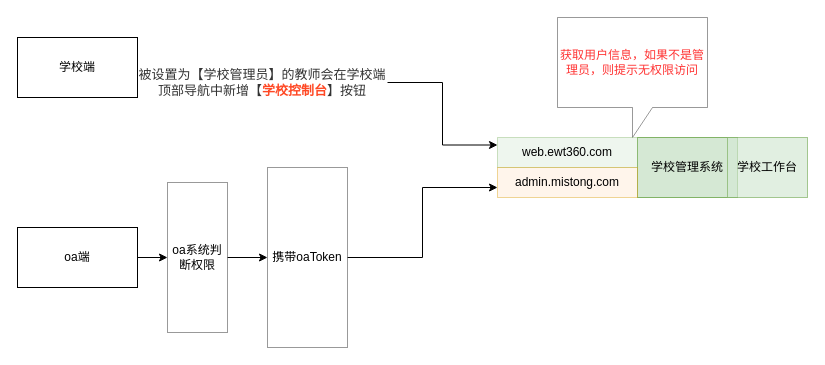
This is Untitled Diagram.drawio from jinlianglou/my_workdir_exe, a draw.io file, before an edit. Source tidied: cells renumbered, new cells numbered last; positions are measured from the earlier drawing's top-left corner, leaving out a move shared by most shapes. Both pictures are drawn from the tidied source at 100%, with x=0, y=0 at pixel (17, 17).
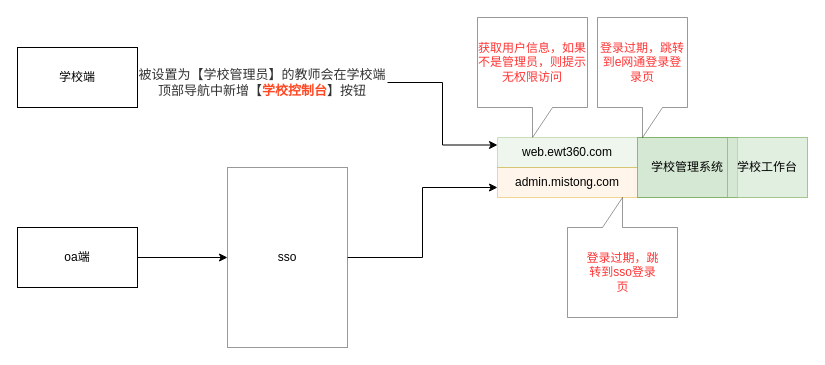
The same page after the edit.

Change to the diagram source:
```diff
@@
 <mxGraphModel>
   <root>
     <mxCell id="0" />
     <mxCell id="1" parent="0" />
     <mxCell id="2" value="学校端" style="rounded=0;whiteSpace=wrap;html=1;" parent="1" vertex="1">
-      <mxGeometry y="20" width="120" height="60" as="geometry" />
+      <mxGeometry y="30" width="120" height="60" as="geometry" />
     </mxCell>
-    <mxCell id="3" style="edgeStyle=orthogonalEdgeStyle;rounded=0;jettySize=auto;html=1;" parent="1" edge="1" source="4" target="10">
-      <mxGeometry relative="1" as="geometry" />
-    </mxCell>
+    <mxCell id="16" style="edgeStyle=orthogonalEdgeStyle;rounded=0;jettySize=auto;html=1;entryX=0;entryY=0.5;entryDx=0;entryDy=0;" parent="1" edge="1" source="4" target="12">
+      <mxGeometry relative="1" as="geometry" />
+    </mxCell>
     <mxCell id="4" value="oa端" style="rounded=0;whiteSpace=wrap;html=1;" parent="1" vertex="1">
       <mxGeometry y="210" width="120" height="60" as="geometry" />
     </mxCell>
     <mxCell id="5" style="edgeStyle=orthogonalEdgeStyle;rounded=0;jettySize=auto;html=1;entryX=0;entryY=0.25;entryDx=0;entryDy=0;" parent="1" edge="1" source="6" target="13">
       <mxGeometry relative="1" as="geometry" />
     </mxCell>
     <mxCell id="6" value="&lt;span style=&quot;font-size: 13px ; text-align: left&quot;&gt;&lt;font color=&quot;#333333&quot;&gt;被设置为【学校管理员】的教师会在学校端顶部导航中新增【&lt;/font&gt;&lt;b&gt;&lt;font color=&quot;#ff4824&quot;&gt;学校控制台&lt;/font&gt;&lt;/b&gt;&lt;font color=&quot;#333333&quot;&gt;】按钮&lt;/font&gt;&lt;/span&gt;" style="text;html=1;strokeColor=none;fillColor=none;align=center;verticalAlign=middle;whiteSpace=wrap;rounded=0;" parent="1" vertex="1">
       <mxGeometry x="120" y="60" width="250" height="10" as="geometry" />
     </mxCell>
     <mxCell id="7" value="学校管理系统" style="rounded=0;whiteSpace=wrap;html=1;fillColor=#d5e8d4;strokeColor=#82b366;" parent="1" vertex="1">
       <mxGeometry x="620" y="120" width="100" height="60" as="geometry" />
     </mxCell>
     <mxCell id="8" value="&lt;font color=&quot;#ff3333&quot;&gt;获取用户信息，如果不是管理员，则提示无权限访问&lt;/font&gt;" style="shape=callout;whiteSpace=wrap;html=1;perimeter=calloutPerimeter;opacity=40;" parent="1" vertex="1">
-      <mxGeometry x="540" width="150" height="120" as="geometry" />
+      <mxGeometry x="460" width="110" height="120" as="geometry" />
     </mxCell>
-    <mxCell id="9" style="edgeStyle=orthogonalEdgeStyle;rounded=0;jettySize=auto;html=1;" parent="1" edge="1" source="10" target="12">
-      <mxGeometry relative="1" as="geometry" />
-    </mxCell>
-    <mxCell id="10" value="oa系统判断权限" style="rounded=0;whiteSpace=wrap;html=1;opacity=40;" parent="1" vertex="1">
-      <mxGeometry x="150" y="165" width="60" height="150" as="geometry" />
-    </mxCell>
     <mxCell id="11" style="edgeStyle=orthogonalEdgeStyle;rounded=0;jettySize=auto;html=1;entryX=0;entryY=0.667;entryDx=0;entryDy=0;entryPerimeter=0;" parent="1" edge="1" source="12" target="14">
       <mxGeometry relative="1" as="geometry" />
     </mxCell>
-    <mxCell id="12" value="携带oaToken" style="rounded=0;whiteSpace=wrap;html=1;opacity=40;" parent="1" vertex="1">
-      <mxGeometry x="250" y="150" width="80" height="180" as="geometry" />
+    <mxCell id="12" value="sso" style="rounded=0;whiteSpace=wrap;html=1;opacity=40;" parent="1" vertex="1">
+      <mxGeometry x="210" y="150" width="120" height="180" as="geometry" />
     </mxCell>
     <mxCell id="13" value="web.ewt360.com" style="rounded=0;whiteSpace=wrap;html=1;opacity=40;fillColor=#d5e8d4;strokeColor=#82b366;" parent="1" vertex="1">
       <mxGeometry x="480" y="120" width="140" height="30" as="geometry" />
     </mxCell>
     <mxCell id="14" value="admin.mistong.com" style="rounded=0;whiteSpace=wrap;html=1;opacity=40;fillColor=#ffe6cc;strokeColor=#d79b00;" parent="1" vertex="1">
       <mxGeometry x="480" y="150" width="140" height="30" as="geometry" />
     </mxCell>
     <mxCell id="15" value="学校工作台" style="rounded=0;whiteSpace=wrap;html=1;fillColor=#d5e8d4;strokeColor=#82b366;opacity=70;" parent="1" vertex="1">
       <mxGeometry x="710" y="120" width="80" height="60" as="geometry" />
     </mxCell>
+    <mxCell id="17" value="&lt;font color=&quot;#ff3333&quot;&gt;登录过期，跳转到e网通登录登录页&lt;/font&gt;" style="shape=callout;whiteSpace=wrap;html=1;perimeter=calloutPerimeter;opacity=40;" parent="1" vertex="1">
+      <mxGeometry x="580" width="90" height="120" as="geometry" />
+    </mxCell>
+    <mxCell id="18" style="shape=callout;whiteSpace=wrap;html=1;perimeter=calloutPerimeter;opacity=40;rotation=-180;" parent="1" vertex="1">
+      <mxGeometry x="550" y="180" width="110" height="120" as="geometry" />
+    </mxCell>
+    <mxCell id="19" value="登录过期，跳转到sso登录页" style="text;html=1;align=center;verticalAlign=middle;whiteSpace=wrap;rounded=0;fontColor=#FF3333;" parent="1" vertex="1">
+      <mxGeometry x="567.5" y="230" width="75" height="50" as="geometry" />
+    </mxCell>
   </root>
 </mxGraphModel>
```
